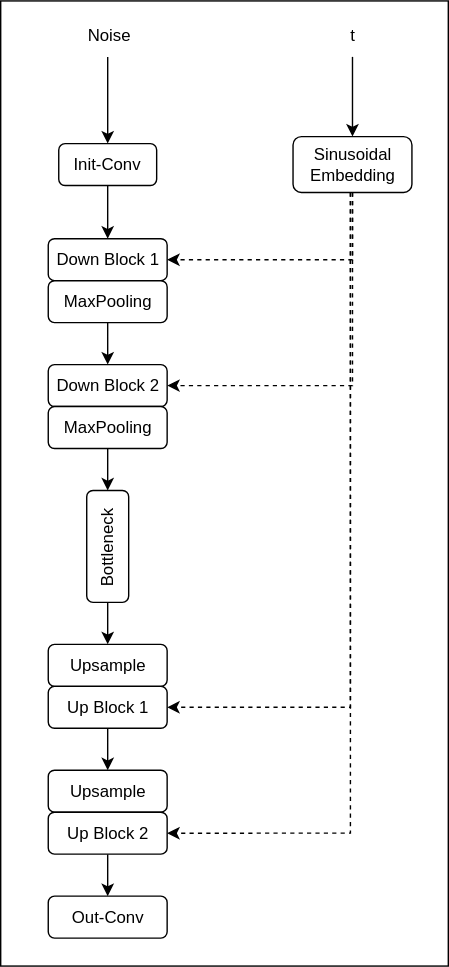
MarcoKl99/DiffusionLab keeps this draw.io diagram as docs/models/cnn-denoiser/schema.svg. Above is the earlier version. Source tidied: cells renumbered, new cells last; positions are measured from the earlier drawing's top-left corner, leaving out a move shared by most shapes.
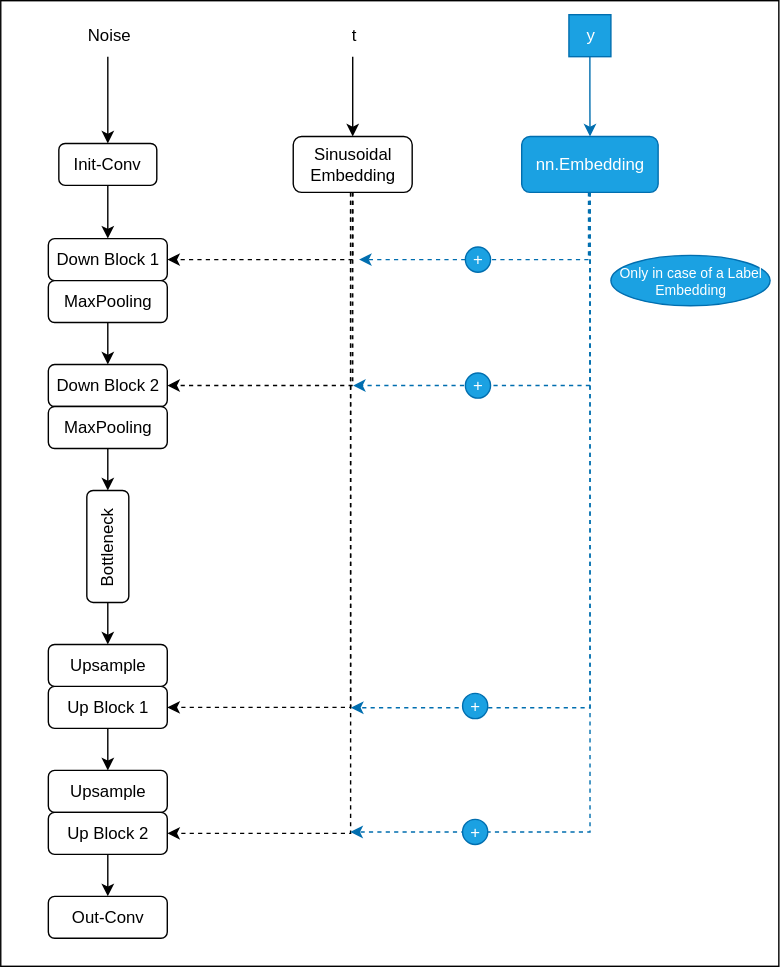
The same diagram one commit later.

The edit, as a diff of the source:
```diff
@@ -3,7 +3,7 @@
     <mxCell id="0" />
     <mxCell id="1" parent="0" />
     <mxCell id="2" style="rounded=0;whiteSpace=wrap;html=1;" parent="1" vertex="1">
-      <mxGeometry width="320" height="690" as="geometry" />
+      <mxGeometry width="556" height="690" as="geometry" />
     </mxCell>
     <mxCell id="3" style="edgeStyle=orthogonalEdgeStyle;rounded=0;jettySize=auto;html=1;" parent="1" edge="1" source="4" target="8">
       <mxGeometry relative="1" as="geometry" />
@@ -111,5 +111,66 @@
     <mxCell id="32" value="Up Block 2" style="rounded=1;whiteSpace=wrap;html=1;" parent="30" vertex="1">
       <mxGeometry y="30" width="85" height="30" as="geometry" />
     </mxCell>
+    <mxCell id="33" style="edgeStyle=orthogonalEdgeStyle;rounded=0;jettySize=auto;html=1;fillColor=#1ba1e2;strokeColor=#006EAF;" parent="1" edge="1" source="34" target="39">
+      <mxGeometry relative="1" as="geometry" />
+    </mxCell>
+    <mxCell id="34" value="y" style="text;html=1;align=center;verticalAlign=middle;points=[];strokeColor=#006EAF;fillColor=#1ba1e2;fontColor=#ffffff;" parent="1" vertex="1">
+      <mxGeometry x="406" y="10" width="30" height="30" as="geometry" />
+    </mxCell>
+    <mxCell id="35" style="edgeStyle=orthogonalEdgeStyle;rounded=0;jettySize=auto;html=1;dashed=1;fillColor=#1ba1e2;strokeColor=#006EAF;" parent="1" edge="1" source="41">
+      <mxGeometry relative="1" as="geometry">
+        <mxPoint x="256" y="185" as="targetPoint" />
+      </mxGeometry>
+    </mxCell>
+    <mxCell id="36" style="edgeStyle=orthogonalEdgeStyle;rounded=0;jettySize=auto;html=1;dashed=1;fillColor=#1ba1e2;strokeColor=#006EAF;" parent="1" edge="1" source="39">
+      <mxGeometry relative="1" as="geometry">
+        <mxPoint x="251.7" y="275" as="targetPoint" />
+        <Array as="points">
+          <mxPoint x="421" y="275" />
+        </Array>
+      </mxGeometry>
+    </mxCell>
+    <mxCell id="37" style="edgeStyle=orthogonalEdgeStyle;rounded=0;jettySize=auto;html=1;fillColor=#1ba1e2;strokeColor=#006EAF;dashed=1;" parent="1" edge="1" source="39">
+      <mxGeometry relative="1" as="geometry">
+        <mxPoint x="250.2" y="505.2" as="targetPoint" />
+        <Array as="points">
+          <mxPoint x="421" y="505" />
+        </Array>
+      </mxGeometry>
+    </mxCell>
+    <mxCell id="38" style="edgeStyle=orthogonalEdgeStyle;rounded=0;jettySize=auto;html=1;fillColor=#1ba1e2;strokeColor=#006EAF;dashed=1;" parent="1" edge="1" source="39">
+      <mxGeometry relative="1" as="geometry">
+        <mxPoint x="249.8" y="595" as="targetPoint" />
+        <Array as="points">
+          <mxPoint x="421" y="594" />
+          <mxPoint x="250" y="594" />
+        </Array>
+      </mxGeometry>
+    </mxCell>
+    <mxCell id="39" value="nn.Embedding" style="rounded=1;whiteSpace=wrap;html=1;fillColor=#1ba1e2;fontColor=#ffffff;strokeColor=#006EAF;" parent="1" vertex="1">
+      <mxGeometry x="372.2" y="97" width="97.5" height="40" as="geometry" />
+    </mxCell>
+    <mxCell id="40" style="edgeStyle=orthogonalEdgeStyle;rounded=0;jettySize=auto;html=1;dashed=1;endArrow=none;endFill=0;fillColor=#1ba1e2;strokeColor=#006EAF;" parent="1" edge="1" source="39" target="41">
+      <mxGeometry relative="1" as="geometry">
+        <Array as="points">
+          <mxPoint x="420" y="185" />
+        </Array>
+      </mxGeometry>
+    </mxCell>
+    <mxCell id="41" value="+" style="ellipse;whiteSpace=wrap;html=1;fillColor=#1ba1e2;fontColor=#ffffff;strokeColor=#006EAF;" parent="1" vertex="1">
+      <mxGeometry x="332" y="176" width="18" height="18" as="geometry" />
+    </mxCell>
+    <mxCell id="42" value="Only in case of a Label Embedding" style="ellipse;whiteSpace=wrap;html=1;fillColor=#1ba1e2;fontColor=#ffffff;strokeColor=#006EAF;fontSize=10;" parent="1" vertex="1">
+      <mxGeometry x="436" y="182" width="113.8" height="36" as="geometry" />
+    </mxCell>
+    <mxCell id="43" value="+" style="ellipse;whiteSpace=wrap;html=1;fillColor=#1ba1e2;fontColor=#ffffff;strokeColor=#006EAF;" parent="1" vertex="1">
+      <mxGeometry x="332" y="266" width="18" height="18" as="geometry" />
+    </mxCell>
+    <mxCell id="44" value="+" style="ellipse;whiteSpace=wrap;html=1;fillColor=#1ba1e2;fontColor=#ffffff;strokeColor=#006EAF;" parent="1" vertex="1">
+      <mxGeometry x="330" y="495" width="18" height="18" as="geometry" />
+    </mxCell>
+    <mxCell id="45" value="+" style="ellipse;whiteSpace=wrap;html=1;fillColor=#1ba1e2;fontColor=#ffffff;strokeColor=#006EAF;" parent="1" vertex="1">
+      <mxGeometry x="330" y="585" width="18" height="18" as="geometry" />
+    </mxCell>
   </root>
 </mxGraphModel>
```
